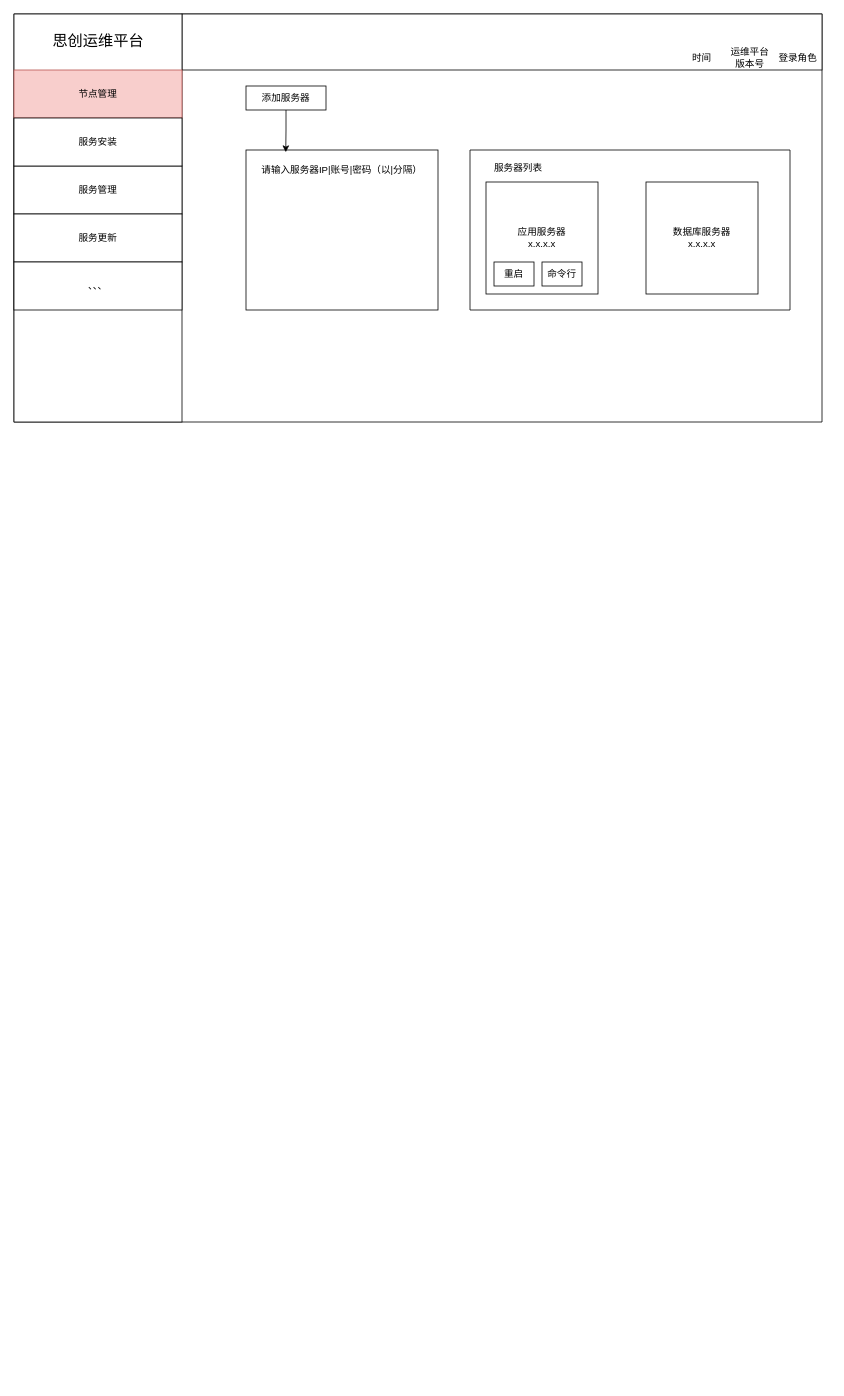
Earlier version of the draw.io diagram 思创运维平台界面-服务器纳管.drawio (yihezhou/diagrams). Source tidied: cells renumbered, new cells numbered last; positions are measured from the earlier drawing's top-left corner, leaving out a move shared by most shapes. Both pictures are drawn from the tidied source at 80%, with x=0, y=0 at pixel (14, 14).
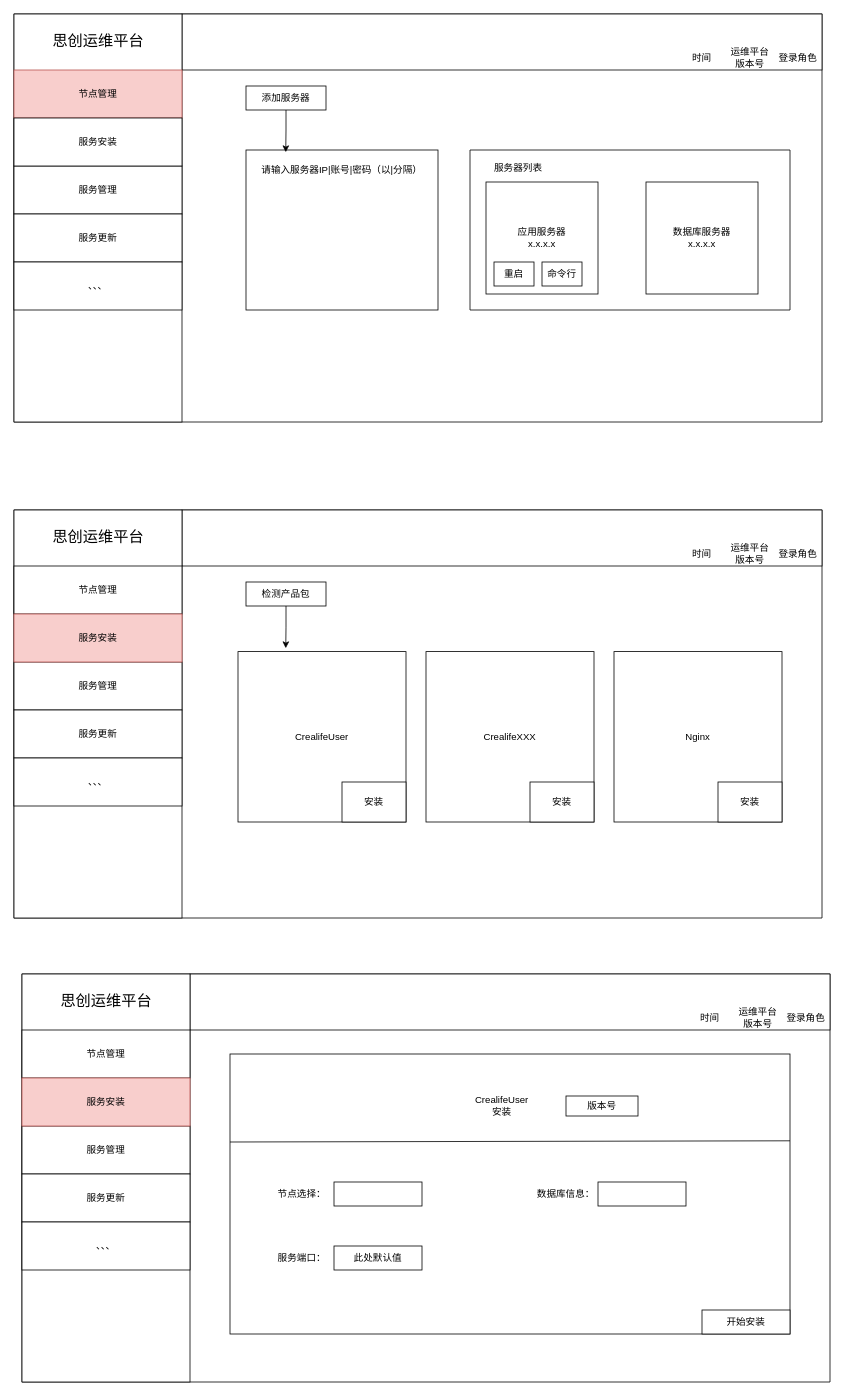
The same page after the edit.

Commit message (it also covers changes not shown here):
更新思创运维平台界面-服务器纳管.drawio

The edit, as a diff of the source:
```diff
@@
+    <mxCell id="24" style="swimlane;startSize=0;" parent="1" vertex="1">
+      <mxGeometry y="620" width="1010" height="510" as="geometry" />
+    </mxCell>
+    <mxCell id="25" style="rounded=0;whiteSpace=wrap;html=1;" parent="24" vertex="1">
+      <mxGeometry x="210" width="800" height="70" as="geometry" />
+    </mxCell>
+    <mxCell id="26" value="时间" style="text;html=1;align=center;verticalAlign=middle;whiteSpace=wrap;rounded=0;" parent="24" vertex="1">
+      <mxGeometry x="830" y="40" width="60" height="30" as="geometry" />
+    </mxCell>
+    <mxCell id="27" value="检测产品包" style="rounded=0;whiteSpace=wrap;html=1;" parent="24" vertex="1">
+      <mxGeometry x="290" y="90" width="100" height="30" as="geometry" />
+    </mxCell>
+    <mxCell id="28" style="edgeStyle=orthogonalEdgeStyle;rounded=0;jettySize=auto;html=1;entryX=0.207;entryY=0.014;entryDx=0;entryDy=0;entryPerimeter=0;" parent="24" edge="1" source="27">
+      <mxGeometry relative="1" as="geometry">
+        <mxPoint x="339.7" y="172.8" as="targetPoint" />
+      </mxGeometry>
+    </mxCell>
+    <mxCell id="29" value="运维平台版本号" style="text;html=1;align=center;verticalAlign=middle;whiteSpace=wrap;rounded=0;" parent="24" vertex="1">
+      <mxGeometry x="890" y="40" width="60" height="30" as="geometry" />
+    </mxCell>
+    <mxCell id="30" value="登录角色" style="text;html=1;align=center;verticalAlign=middle;whiteSpace=wrap;rounded=0;" parent="24" vertex="1">
+      <mxGeometry x="950" y="40" width="60" height="30" as="geometry" />
+    </mxCell>
+    <mxCell id="31" value="CrealifeUser" style="rounded=0;whiteSpace=wrap;html=1;" parent="24" vertex="1">
+      <mxGeometry x="280" y="177" width="210" height="213" as="geometry" />
+    </mxCell>
+    <mxCell id="32" value="安装" style="rounded=0;whiteSpace=wrap;html=1;" parent="24" vertex="1">
+      <mxGeometry x="410" y="340" width="80" height="50" as="geometry" />
+    </mxCell>
+    <mxCell id="33" value="CrealifeXXX" style="rounded=0;whiteSpace=wrap;html=1;" parent="24" vertex="1">
+      <mxGeometry x="515" y="177" width="210" height="213" as="geometry" />
+    </mxCell>
+    <mxCell id="34" value="安装" style="rounded=0;whiteSpace=wrap;html=1;" parent="24" vertex="1">
+      <mxGeometry x="645" y="340" width="80" height="50" as="geometry" />
+    </mxCell>
+    <mxCell id="35" value="Nginx" style="rounded=0;whiteSpace=wrap;html=1;" parent="24" vertex="1">
+      <mxGeometry x="750" y="177" width="210" height="213" as="geometry" />
+    </mxCell>
+    <mxCell id="36" value="安装" style="rounded=0;whiteSpace=wrap;html=1;" parent="24" vertex="1">
+      <mxGeometry x="880" y="340" width="80" height="50" as="geometry" />
+    </mxCell>
+    <mxCell id="37" style="rounded=0;whiteSpace=wrap;html=1;" parent="1" vertex="1">
+      <mxGeometry y="620" width="210" height="510" as="geometry" />
+    </mxCell>
+    <mxCell id="38" value="节点管理" style="rounded=0;whiteSpace=wrap;html=1;" parent="1" vertex="1">
+      <mxGeometry y="690" width="210" height="60" as="geometry" />
+    </mxCell>
+    <mxCell id="39" value="服务管理" style="rounded=0;whiteSpace=wrap;html=1;" parent="1" vertex="1">
+      <mxGeometry y="810" width="210" height="60" as="geometry" />
+    </mxCell>
+    <mxCell id="40" value="服务更新" style="rounded=0;whiteSpace=wrap;html=1;" parent="1" vertex="1">
+      <mxGeometry y="870" width="210" height="60" as="geometry" />
+    </mxCell>
+    <mxCell id="41" value="、、、" style="rounded=0;whiteSpace=wrap;html=1;" parent="1" vertex="1">
+      <mxGeometry y="930" width="210" height="60" as="geometry" />
+    </mxCell>
+    <mxCell id="42" value="思创运维平台" style="text;html=1;align=center;verticalAlign=middle;whiteSpace=wrap;rounded=0;fontSize=19;" parent="1" vertex="1">
+      <mxGeometry x="38.8" y="640" width="132.5" height="30" as="geometry" />
+    </mxCell>
+    <mxCell id="43" value="服务安装" style="rounded=0;whiteSpace=wrap;html=1;fillColor=#f8cecc;strokeColor=#b85450;" parent="1" vertex="1">
+      <mxGeometry y="750" width="210" height="60" as="geometry" />
+    </mxCell>
+    <mxCell id="44" style="swimlane;startSize=0;" parent="1" vertex="1">
+      <mxGeometry x="10" y="1200" width="1010" height="510" as="geometry" />
+    </mxCell>
+    <mxCell id="45" style="rounded=0;whiteSpace=wrap;html=1;" parent="44" vertex="1">
+      <mxGeometry x="210" width="800" height="70" as="geometry" />
+    </mxCell>
+    <mxCell id="46" value="时间" style="text;html=1;align=center;verticalAlign=middle;whiteSpace=wrap;rounded=0;" parent="44" vertex="1">
+      <mxGeometry x="830" y="40" width="60" height="30" as="geometry" />
+    </mxCell>
+    <mxCell id="47" value="运维平台版本号" style="text;html=1;align=center;verticalAlign=middle;whiteSpace=wrap;rounded=0;" parent="44" vertex="1">
+      <mxGeometry x="890" y="40" width="60" height="30" as="geometry" />
+    </mxCell>
+    <mxCell id="48" value="登录角色" style="text;html=1;align=center;verticalAlign=middle;whiteSpace=wrap;rounded=0;" parent="44" vertex="1">
+      <mxGeometry x="950" y="40" width="60" height="30" as="geometry" />
+    </mxCell>
+    <mxCell id="49" style="rounded=0;whiteSpace=wrap;html=1;" parent="44" vertex="1">
+      <mxGeometry x="260" y="100" width="700" height="350" as="geometry" />
+    </mxCell>
+    <mxCell id="50" value="CrealifeUser安装" style="text;html=1;align=center;verticalAlign=middle;whiteSpace=wrap;rounded=0;" parent="44" vertex="1">
+      <mxGeometry x="570" y="150" width="60" height="30" as="geometry" />
+    </mxCell>
+    <mxCell id="51" style="rounded=0;whiteSpace=wrap;html=1;" parent="44" vertex="1">
+      <mxGeometry x="390" y="260" width="110" height="30" as="geometry" />
+    </mxCell>
+    <mxCell id="52" value="节点选择：" style="text;html=1;align=center;verticalAlign=middle;whiteSpace=wrap;rounded=0;" parent="44" vertex="1">
+      <mxGeometry x="310" y="260" width="80" height="30" as="geometry" />
+    </mxCell>
+    <mxCell id="53" value="数据库信息：" style="text;html=1;align=center;verticalAlign=middle;whiteSpace=wrap;rounded=0;" parent="44" vertex="1">
+      <mxGeometry x="640" y="260" width="80" height="30" as="geometry" />
+    </mxCell>
+    <mxCell id="54" style="rounded=0;whiteSpace=wrap;html=1;" parent="44" vertex="1">
+      <mxGeometry x="720" y="260" width="110" height="30" as="geometry" />
+    </mxCell>
+    <mxCell id="55" value="服务端口：" style="text;html=1;align=center;verticalAlign=middle;whiteSpace=wrap;rounded=0;" parent="44" vertex="1">
+      <mxGeometry x="310" y="340" width="80" height="30" as="geometry" />
+    </mxCell>
+    <mxCell id="56" value="此处默认值" style="rounded=0;whiteSpace=wrap;html=1;" parent="44" vertex="1">
+      <mxGeometry x="390" y="340" width="110" height="30" as="geometry" />
+    </mxCell>
+    <mxCell id="57" value="开始安装" style="rounded=0;whiteSpace=wrap;html=1;" parent="44" vertex="1">
+      <mxGeometry x="850" y="420" width="110" height="30" as="geometry" />
+    </mxCell>
+    <mxCell id="58" style="endArrow=none;html=1;rounded=0;entryX=1;entryY=0.31;entryDx=0;entryDy=0;entryPerimeter=0;" parent="44" edge="1" target="49">
+      <mxGeometry relative="1" as="geometry">
+        <mxPoint x="260" y="210" as="sourcePoint" />
+      </mxGeometry>
+    </mxCell>
+    <mxCell id="59" value="版本号" style="rounded=0;whiteSpace=wrap;html=1;" parent="44" vertex="1">
+      <mxGeometry x="680" y="152.5" width="90" height="25" as="geometry" />
+    </mxCell>
+    <mxCell id="60" style="rounded=0;whiteSpace=wrap;html=1;" parent="1" vertex="1">
+      <mxGeometry x="10" y="1200" width="210" height="510" as="geometry" />
+    </mxCell>
+    <mxCell id="61" value="节点管理" style="rounded=0;whiteSpace=wrap;html=1;" parent="1" vertex="1">
+      <mxGeometry x="10" y="1270" width="210" height="60" as="geometry" />
+    </mxCell>
+    <mxCell id="62" value="服务管理" style="rounded=0;whiteSpace=wrap;html=1;" parent="1" vertex="1">
+      <mxGeometry x="10" y="1390" width="210" height="60" as="geometry" />
+    </mxCell>
+    <mxCell id="63" value="服务更新" style="rounded=0;whiteSpace=wrap;html=1;" parent="1" vertex="1">
+      <mxGeometry x="10" y="1450" width="210" height="60" as="geometry" />
+    </mxCell>
+    <mxCell id="64" value="、、、" style="rounded=0;whiteSpace=wrap;html=1;" parent="1" vertex="1">
+      <mxGeometry x="10" y="1510" width="210" height="60" as="geometry" />
+    </mxCell>
+    <mxCell id="65" value="思创运维平台" style="text;html=1;align=center;verticalAlign=middle;whiteSpace=wrap;rounded=0;fontSize=19;" parent="1" vertex="1">
+      <mxGeometry x="48.8" y="1220" width="132.5" height="30" as="geometry" />
+    </mxCell>
+    <mxCell id="66" value="服务安装" style="rounded=0;whiteSpace=wrap;html=1;fillColor=#f8cecc;strokeColor=#b85450;" parent="1" vertex="1">
+      <mxGeometry x="10" y="1330" width="210" height="60" as="geometry" />
+    </mxCell>
```
